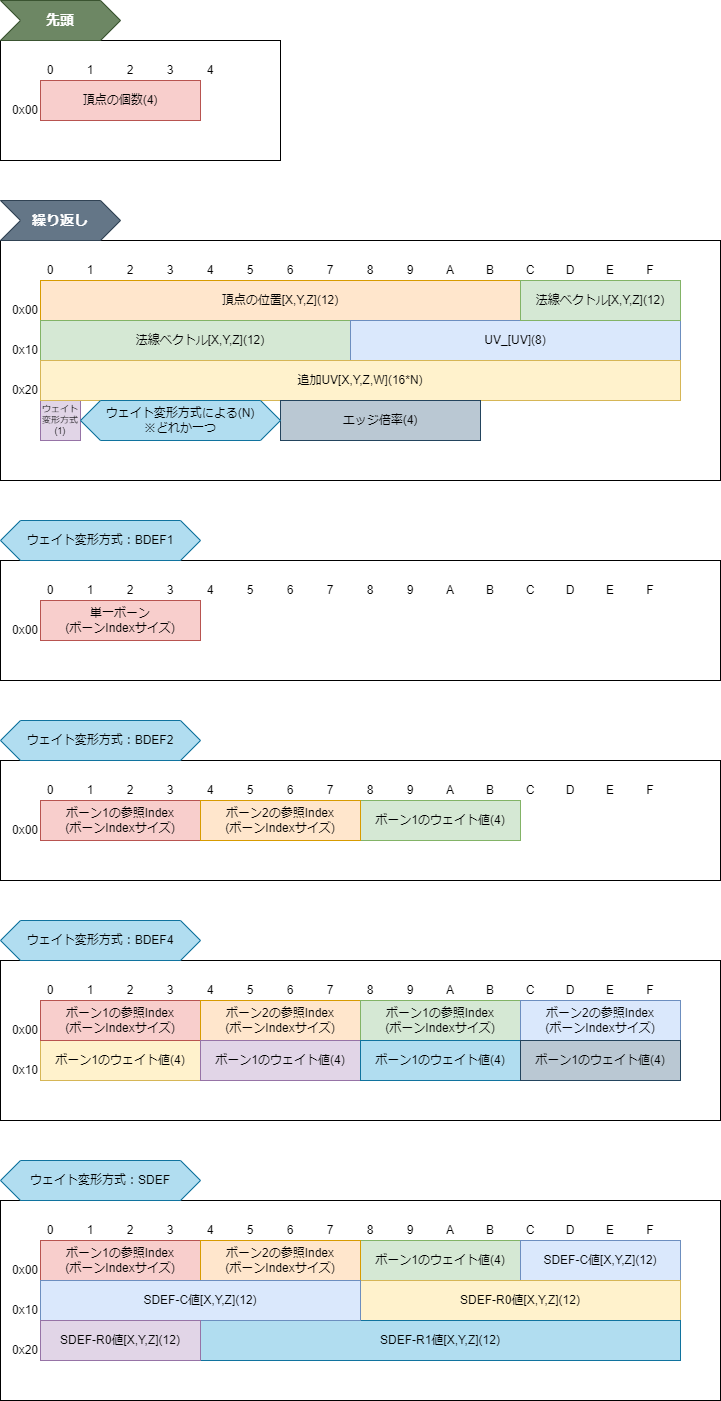
Before: images/559f572e87ea68/pmx_3.drawio.png, a diagram exported from draw.io (PERSON1203/4zenn). Source tidied: cells renumbered, new cells last; positions are measured from the earlier drawing's top-left corner, leaving out a move shared by most shapes.
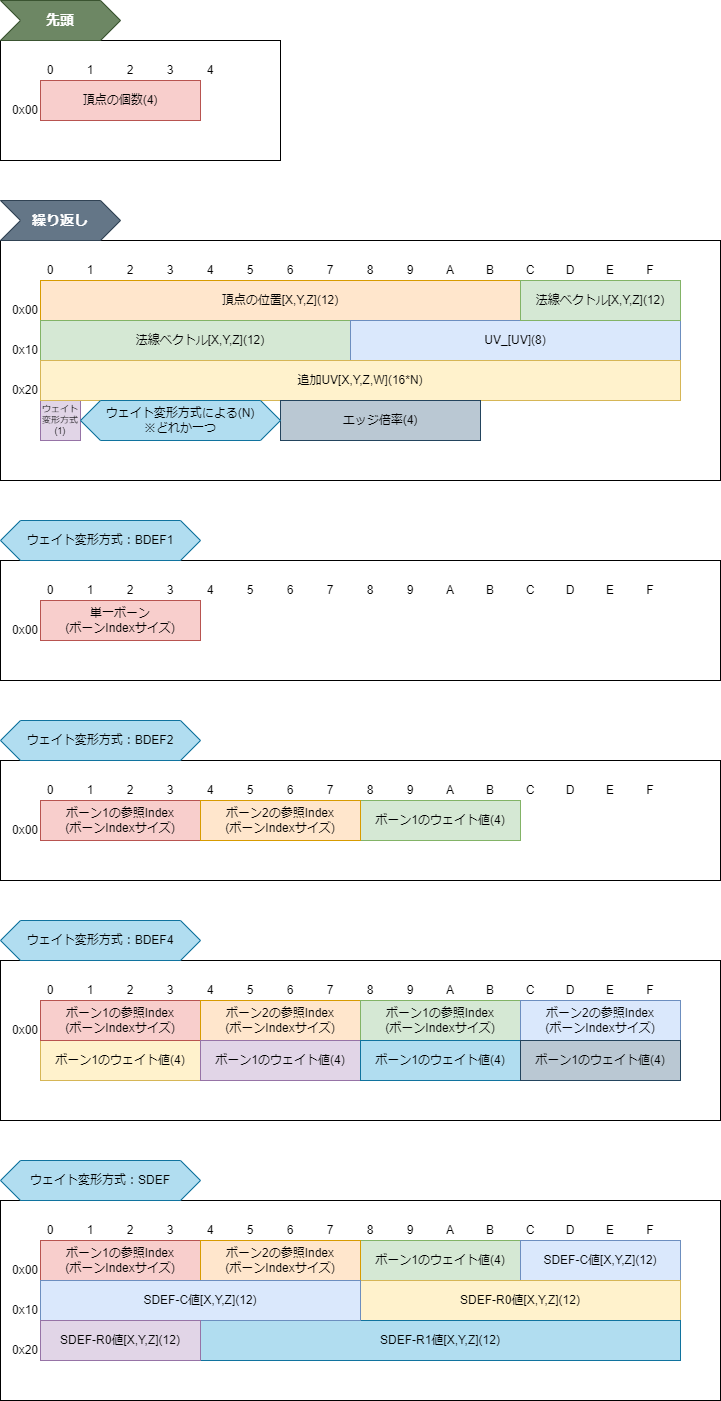
After the commit.

Commit message:
画像アドレス修正

Diff of the diagram source:
```diff
@@ -284,9 +284,6 @@
     <mxCell id="95" value="0x00" style="text;html=1;strokeColor=none;fillColor=none;align=right;verticalAlign=middle;whiteSpace=wrap;rounded=0;" parent="1" vertex="1">
       <mxGeometry y="1020" width="40" height="20" as="geometry" />
     </mxCell>
-    <mxCell id="96" value="0x10" style="text;html=1;strokeColor=none;fillColor=none;align=right;verticalAlign=middle;whiteSpace=wrap;rounded=0;" parent="1" vertex="1">
-      <mxGeometry y="1060" width="40" height="20" as="geometry" />
-    </mxCell>
     <mxCell id="97" value="ボーン1のウェイト値(4)" style="rounded=0;whiteSpace=wrap;html=1;fillColor=#fff2cc;strokeColor=#d6b656;" parent="1" vertex="1">
       <mxGeometry x="40" y="1040" width="160" height="40" as="geometry" />
     </mxCell>
```
